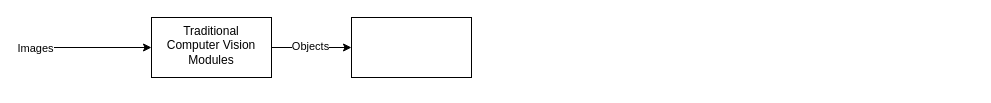
Earlier version of the draw.io diagram page "Workflow" (4 of 5) of docs/diagrams/Phenotypic-Diagrams.drawio (exfab/PhenoTypic). Source tidied: cells renumbered, new cells numbered last; positions are measured from the earlier drawing's top-left corner, leaving out a move shared by most shapes. Both pictures are drawn from the tidied source at 100%, with x=0, y=0 at pixel (25, 17).
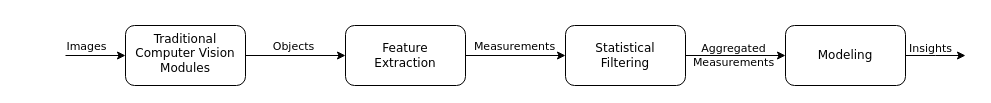
After the change.

The edit, as a diff of the source:
```diff
@@
-    <mxCell id="2" style="rounded=0;jettySize=auto;html=1;" parent="1" edge="1" target="6">
+    <mxCell id="2" style="rounded=0;jettySize=auto;html=1;fontFamily=Verdana;labelBackgroundColor=none;" parent="1" edge="1" target="6">
       <mxGeometry relative="1" as="geometry">
-        <mxPoint y="30" as="sourcePoint" />
+        <mxPoint x="40" y="38" as="sourcePoint" />
       </mxGeometry>
     </mxCell>
-    <mxCell id="3" value="Images" style="edgeLabel;html=1;align=center;verticalAlign=middle;" parent="2" vertex="1">
+    <mxCell id="3" value="Images" style="edgeLabel;html=1;align=center;verticalAlign=middle;fontFamily=Verdana;labelBackgroundColor=none;" parent="2" vertex="1">
       <mxGeometry x="-0.68" relative="1" as="geometry">
-        <mxPoint x="-11" as="offset" />
+        <mxPoint x="10" y="-10" as="offset" />
       </mxGeometry>
     </mxCell>
-    <mxCell id="4" style="edgeStyle=orthogonalEdgeStyle;rounded=0;jettySize=auto;html=1;" parent="1" edge="1" source="6" target="7">
+    <mxCell id="4" style="edgeStyle=orthogonalEdgeStyle;rounded=0;jettySize=auto;html=1;fontFamily=Verdana;labelBackgroundColor=none;" parent="1" edge="1" source="6" target="7">
       <mxGeometry relative="1" as="geometry" />
     </mxCell>
-    <mxCell id="5" value="Objects" style="edgeLabel;html=1;align=center;verticalAlign=middle;" parent="4" vertex="1">
-      <mxGeometry x="-0.06" y="2" relative="1" as="geometry" />
+    <mxCell id="5" value="Objects" style="edgeLabel;html=1;align=center;verticalAlign=middle;fontFamily=Verdana;labelBackgroundColor=none;" parent="4" vertex="1">
+      <mxGeometry x="-0.06" y="2" relative="1" as="geometry">
+        <mxPoint y="-8" as="offset" />
+      </mxGeometry>
     </mxCell>
-    <mxCell id="6" value="Traditional&lt;div&gt;Computer Vision Modules&lt;/div&gt;" style="whiteSpace=wrap;html=1;verticalAlign=top;labelBackgroundColor=default;" parent="1" vertex="1">
-      <mxGeometry x="126" width="120" height="60" as="geometry" />
+    <mxCell id="6" value="Traditional&lt;div&gt;Computer Vision Modules&lt;/div&gt;" style="whiteSpace=wrap;html=1;verticalAlign=top;labelBackgroundColor=none;rounded=1;fontFamily=Verdana;" parent="1" vertex="1">
+      <mxGeometry x="100" y="8" width="120" height="60" as="geometry" />
     </mxCell>
+    <mxCell id="8" style="edgeStyle=orthogonalEdgeStyle;rounded=0;jettySize=auto;html=1;fontFamily=Verdana;labelBackgroundColor=none;" parent="1" edge="1" source="7" target="12">
+      <mxGeometry relative="1" as="geometry" />
+    </mxCell>
+    <mxCell id="9" value="Measurements" style="edgeLabel;html=1;align=center;verticalAlign=middle;fontFamily=Verdana;labelBackgroundColor=none;" parent="8" vertex="1">
+      <mxGeometry x="-0.05" y="-1" relative="1" as="geometry">
+        <mxPoint y="-11" as="offset" />
+      </mxGeometry>
+    </mxCell>
-    <mxCell id="7" style="whiteSpace=wrap;html=1;verticalAlign=top;labelBackgroundColor=default;" parent="1" vertex="1">
-      <mxGeometry x="326" width="120" height="60" as="geometry" />
+    <mxCell id="7" value="Feature&lt;div&gt;Extraction&lt;/div&gt;" style="whiteSpace=wrap;html=1;verticalAlign=middle;labelBackgroundColor=none;rounded=1;fontFamily=Verdana;" parent="1" vertex="1">
+      <mxGeometry x="320" y="8" width="120" height="60" as="geometry" />
     </mxCell>
+    <mxCell id="10" style="edgeStyle=orthogonalEdgeStyle;rounded=0;jettySize=auto;html=1;fontFamily=Verdana;labelBackgroundColor=none;" parent="1" edge="1" source="12" target="15">
+      <mxGeometry relative="1" as="geometry" />
+    </mxCell>
+    <mxCell id="11" value="Aggregated&lt;div&gt;Measurements&lt;/div&gt;" style="edgeLabel;html=1;align=center;verticalAlign=middle;fontFamily=Verdana;labelBackgroundColor=none;" parent="10" vertex="1">
+      <mxGeometry x="-0.03" relative="1" as="geometry">
+        <mxPoint x="-2" y="-1" as="offset" />
+      </mxGeometry>
+    </mxCell>
+    <mxCell id="12" value="Statistical&lt;div&gt;Filtering&lt;/div&gt;" style="whiteSpace=wrap;html=1;verticalAlign=middle;labelBackgroundColor=none;rounded=1;glass=0;fontFamily=Verdana;" parent="1" vertex="1">
+      <mxGeometry x="540" y="8" width="120" height="60" as="geometry" />
+    </mxCell>
+    <mxCell id="13" style="edgeStyle=orthogonalEdgeStyle;rounded=0;jettySize=auto;html=1;fontFamily=Verdana;labelBackgroundColor=none;" parent="1" edge="1" source="15">
+      <mxGeometry relative="1" as="geometry">
+        <mxPoint x="940" y="38" as="targetPoint" />
+      </mxGeometry>
+    </mxCell>
+    <mxCell id="14" value="Insights" style="edgeLabel;html=1;align=center;verticalAlign=middle;fontFamily=Verdana;labelBackgroundColor=none;" parent="13" vertex="1">
+      <mxGeometry x="0.79" y="1" relative="1" as="geometry">
+        <mxPoint x="-29" y="-7" as="offset" />
+      </mxGeometry>
+    </mxCell>
+    <mxCell id="15" value="Modeling" style="whiteSpace=wrap;html=1;verticalAlign=middle;labelBackgroundColor=none;rounded=1;fontFamily=Verdana;gradientColor=none;" parent="1" vertex="1">
+      <mxGeometry x="760" y="8" width="120" height="60" as="geometry" />
+    </mxCell>
```
